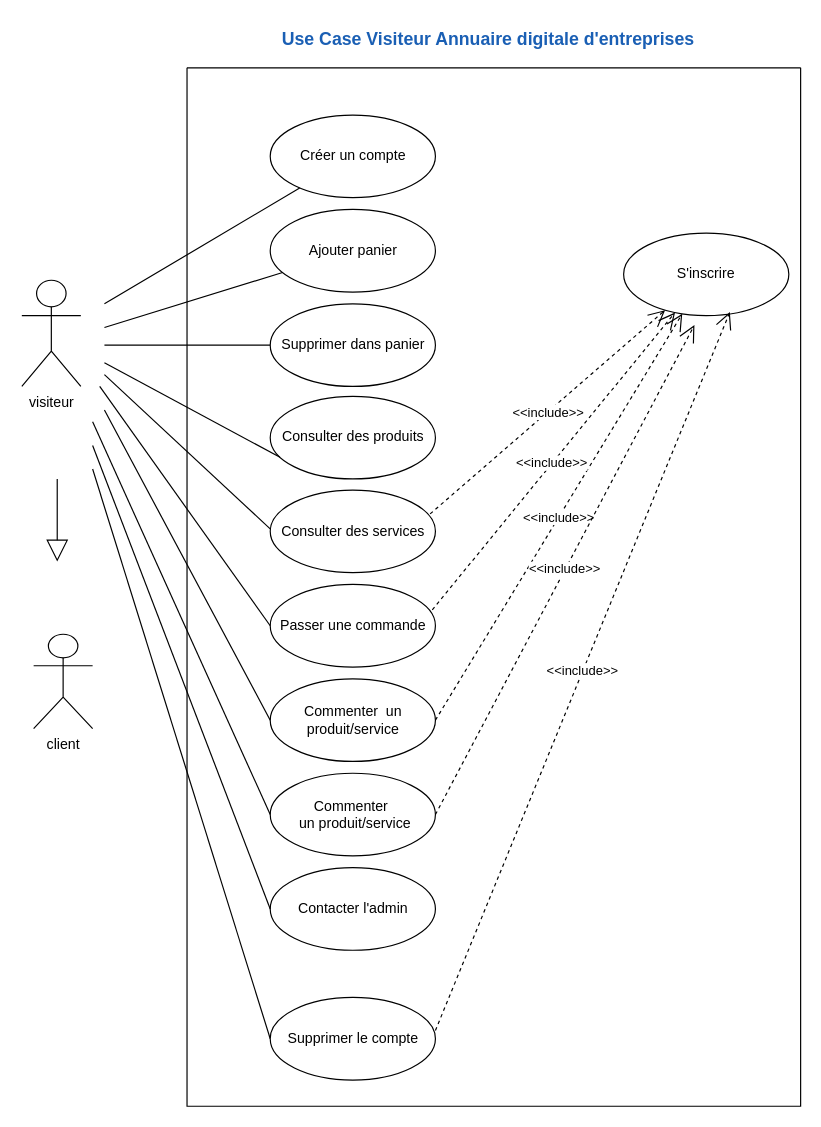
Before: 1. UseCase_internaute.drawio in amine-elarass49/angular_doc, a draw.io diagram. Source tidied: cells renumbered, new cells numbered last; positions are measured from the earlier drawing's top-left corner, leaving out a move shared by most shapes. Both pictures are drawn from the tidied source at 118%, with x=0, y=0 at pixel (21, 20).
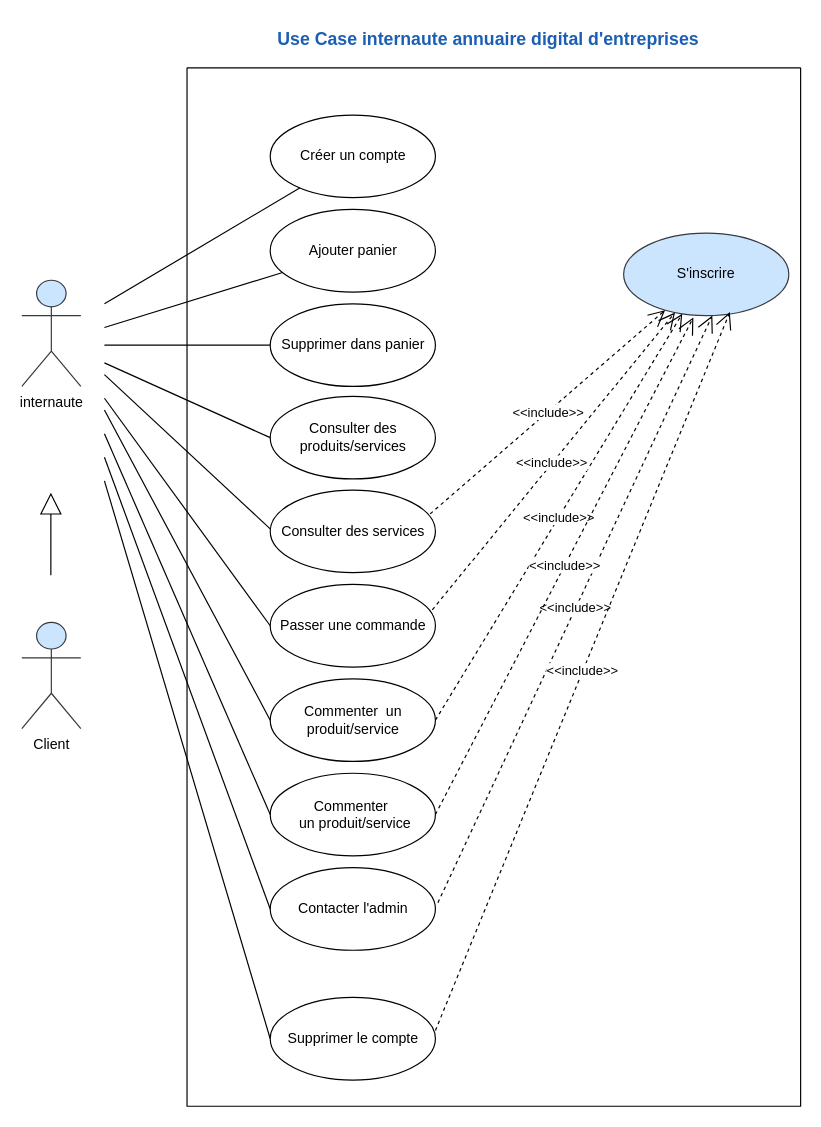
The same page after the edit.

The change refers to these unchanged cells:
```xml
<mxCell id="4" style="swimlane;startSize=0;" parent="1" vertex="1">
  <mxGeometry x="140" y="40" width="520" height="880" as="geometry" />
</mxCell>
<mxCell id="16" value="&lt;div&gt;Commenter&amp;nbsp;&lt;/div&gt;&lt;div&gt;&amp;nbsp;un produit/service&lt;/div&gt;" style="ellipse;whiteSpace=wrap;html=1;" parent="4" vertex="1">
  <mxGeometry x="70.5" y="597.8" width="140" height="70" as="geometry" />
</mxCell>
<mxCell id="17" value="Contacter l'admin" style="ellipse;whiteSpace=wrap;html=1;" parent="4" vertex="1">
  <mxGeometry x="70.5" y="677.8" width="140" height="70" as="geometry" />
</mxCell>
<mxCell id="28" value="Supprimer le compte" style="ellipse;whiteSpace=wrap;html=1;" parent="1" vertex="1">
  <mxGeometry x="210.5" y="827.8" width="140" height="70" as="geometry" />
</mxCell>
```

What changed in the source:
```diff
@@
-    <mxCell id="2" value="visiteur" style="shape=umlActor;verticalLabelPosition=bottom;verticalAlign=top;html=1;" parent="1" vertex="1">
+    <mxCell id="2" value="internaute" style="shape=umlActor;verticalLabelPosition=bottom;verticalAlign=top;html=1;fillColor=#cce5ff;strokeColor=#36393d;" parent="1" vertex="1">
       <mxGeometry y="220" width="50" height="90" as="geometry" />
     </mxCell>
-    <mxCell id="3" value="client" style="shape=umlActor;verticalLabelPosition=bottom;verticalAlign=top;html=1;" parent="1" vertex="1">
-      <mxGeometry x="10" y="520" width="50" height="80" as="geometry" />
-    </mxCell>
@@
-    <mxCell id="5" value="S'inscrire" style="ellipse;whiteSpace=wrap;html=1;" parent="4" vertex="1">
+    <mxCell id="5" value="S'inscrire" style="ellipse;whiteSpace=wrap;html=1;fillColor=#cce5ff;strokeColor=#36393d;" parent="4" vertex="1">
       <mxGeometry x="370" y="140" width="140" height="70" as="geometry" />
     </mxCell>
@@
-    <mxCell id="12" value="Consulter des produits" style="ellipse;whiteSpace=wrap;html=1;" parent="4" vertex="1">
+    <mxCell id="12" value="Consulter des produits/services" style="ellipse;whiteSpace=wrap;html=1;" parent="4" vertex="1">
       <mxGeometry x="70.5" y="278.4" width="140" height="70" as="geometry" />
     </mxCell>
@@
     <mxCell id="18" style="endArrow=none;html=1;rounded=0;entryX=0;entryY=0.5;entryDx=0;entryDy=0;" parent="4" edge="1">
       <mxGeometry relative="1" as="geometry">
-        <mxPoint x="-80" y="300" as="sourcePoint" />
+        <mxPoint x="-70" y="310" as="sourcePoint" />
         <mxPoint x="70.5" y="632.8" as="targetPoint" />
       </mxGeometry>
     </mxCell>
     <mxCell id="19" style="endArrow=none;html=1;rounded=0;entryX=0;entryY=0.5;entryDx=0;entryDy=0;" parent="4" edge="1">
       <mxGeometry relative="1" as="geometry">
-        <mxPoint x="-80" y="320" as="sourcePoint" />
+        <mxPoint x="-70" y="330" as="sourcePoint" />
         <mxPoint x="70.5" y="712.8" as="targetPoint" />
       </mxGeometry>
     </mxCell>
     <mxCell id="20" style="endArrow=none;html=1;rounded=0;entryX=0;entryY=0.5;entryDx=0;entryDy=0;" parent="4" edge="1">
       <mxGeometry relative="1" as="geometry">
-        <mxPoint x="-74" y="270" as="sourcePoint" />
+        <mxPoint x="-70" y="280" as="sourcePoint" />
         <mxPoint x="70.5" y="472.8" as="targetPoint" />
       </mxGeometry>
     </mxCell>
@@
-    <mxCell id="23" style="endArrow=none;html=1;rounded=0;" parent="4" edge="1">
+    <mxCell id="23" style="endArrow=none;html=1;rounded=0;entryX=0;entryY=0.5;entryDx=0;entryDy=0;" parent="4" edge="1" target="12">
       <mxGeometry relative="1" as="geometry">
         <mxPoint x="-70" y="250" as="sourcePoint" />
-        <mxPoint x="78.8" y="330" as="targetPoint" />
       </mxGeometry>
     </mxCell>
@@
+    <mxCell id="33" value="&amp;lt;&amp;lt;include&amp;gt;&amp;gt;" style="endArrow=open;endSize=12;dashed=1;html=1;rounded=0;exitX=1.015;exitY=0.425;exitDx=0;exitDy=0;exitPerimeter=0;entryX=0.537;entryY=0.998;entryDx=0;entryDy=0;entryPerimeter=0;" parent="4" edge="1" source="17" target="5">
+      <mxGeometry relative="1" as="geometry" />
+    </mxCell>
+    <mxCell id="32" value="&amp;lt;&amp;lt;include&amp;gt;&amp;gt;" style="endArrow=open;endSize=12;dashed=1;html=1;rounded=0;exitX=1;exitY=0.5;exitDx=0;exitDy=0;entryX=0.422;entryY=1.022;entryDx=0;entryDy=0;entryPerimeter=0;" parent="4" edge="1" source="16" target="5">
+      <mxGeometry relative="1" as="geometry" />
+    </mxCell>
-    <mxCell id="25" value="&lt;b&gt;&lt;font style=&quot;font-size: 15px;&quot; color=&quot;#1a5fb4&quot;&gt;Use Case Visiteur Annuaire digitale d'entreprises&lt;/font&gt;&lt;/b&gt;" style="text;html=1;align=center;verticalAlign=middle;strokeColor=none;fillColor=none;" parent="1" vertex="1">
-      <mxGeometry x="210" width="370" height="30" as="geometry" />
+    <mxCell id="25" value="&lt;b&gt;&lt;font style=&quot;font-size: 15px;&quot; color=&quot;#1a5fb4&quot;&gt;Use Case internaute annuaire digital d'entreprises&lt;/font&gt;&lt;/b&gt;" style="text;html=1;align=center;verticalAlign=middle;strokeColor=none;fillColor=none;" parent="1" vertex="1">
+      <mxGeometry x="205" width="380" height="30" as="geometry" />
     </mxCell>
     <mxCell id="26" style="endArrow=block;endSize=16;endFill=0;html=1;rounded=0;" parent="1" edge="1">
       <mxGeometry relative="1" as="geometry">
-        <mxPoint x="30" y="388.4" as="sourcePoint" />
-        <mxPoint x="30" y="458.4" as="targetPoint" />
+        <mxPoint x="24.6" y="470" as="sourcePoint" />
+        <mxPoint x="24.6" y="400" as="targetPoint" />
       </mxGeometry>
     </mxCell>
     <mxCell id="27" style="endArrow=none;html=1;rounded=0;entryX=0;entryY=0.5;entryDx=0;entryDy=0;" parent="1" edge="1" target="28">
       <mxGeometry relative="1" as="geometry">
-        <mxPoint x="60" y="380" as="sourcePoint" />
+        <mxPoint x="70" y="390" as="sourcePoint" />
       </mxGeometry>
     </mxCell>
@@
-    <mxCell id="32" value="&amp;lt;&amp;lt;include&amp;gt;&amp;gt;" style="endArrow=open;endSize=12;dashed=1;html=1;rounded=0;exitX=1;exitY=0.5;exitDx=0;exitDy=0;" parent="1" edge="1" source="16">
-      <mxGeometry relative="1" as="geometry">
-        <mxPoint x="570" y="258" as="targetPoint" />
-      </mxGeometry>
-    </mxCell>
+    <mxCell id="34" value="Client" style="shape=umlActor;verticalLabelPosition=bottom;verticalAlign=top;html=1;fillColor=#cce5ff;strokeColor=#36393d;" parent="1" vertex="1">
+      <mxGeometry y="510" width="50" height="90" as="geometry" />
+    </mxCell>
```
